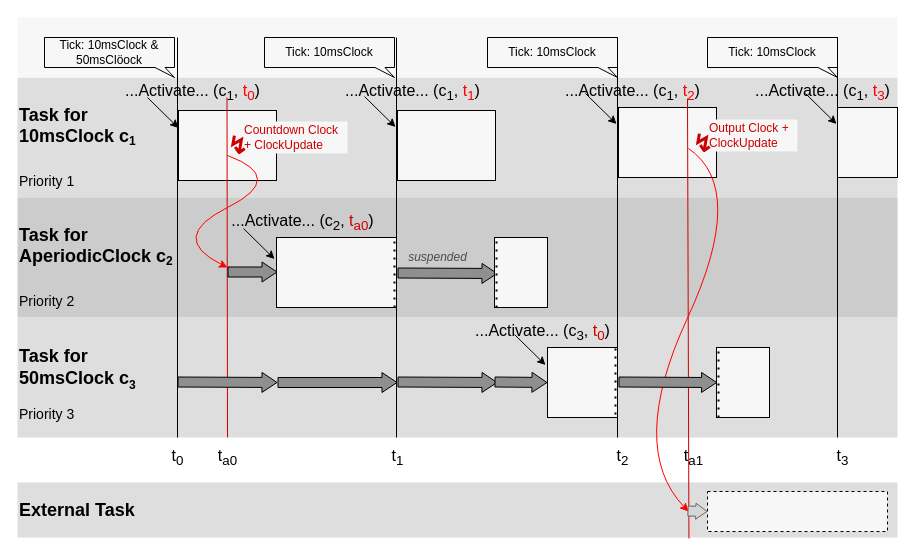
Earlier version of the draw.io diagram docs/images/se_example.drawio (modelica/fmi-standard). Source tidied: cells renumbered, new cells numbered last; positions are measured from the earlier drawing's top-left corner, leaving out a move shared by most shapes. Both pictures are drawn from the tidied source at 100%, with x=0, y=0 at pixel (17, 17).
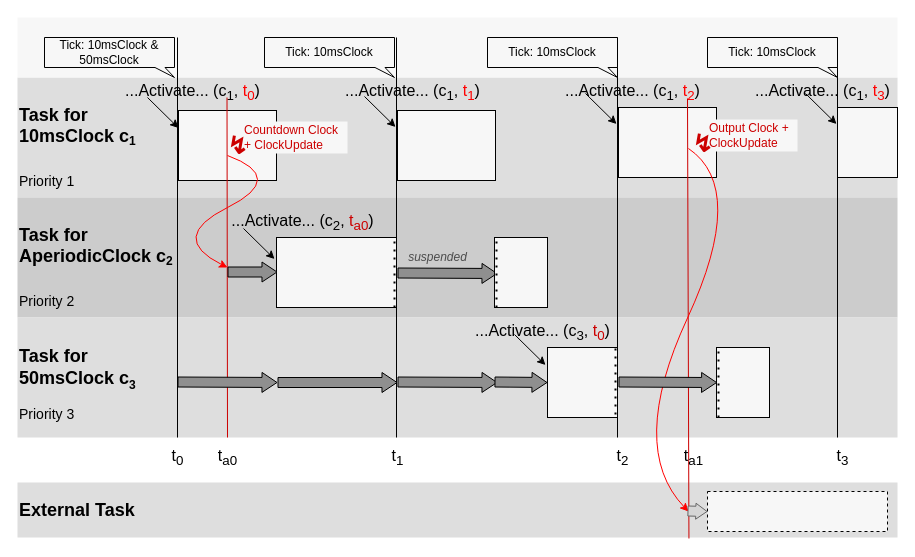
The same page after the edit.

Commit message (it also covers changes not shown here):
Clöock -> Clock

What changed in the source:
```diff
@@
-    <mxCell id="7" value="Tick: 10msClock &amp;amp;&lt;br&gt;50msClöock" style="shape=callout;whiteSpace=wrap;html=1;perimeter=calloutPerimeter;fillColor=#F7F7F7;rotation=0;size=10;position=0.85;position2=1;base=10;" parent="1" vertex="1">
+    <mxCell id="7" value="Tick: 10msClock &amp;amp;&lt;br&gt;50msClock" style="shape=callout;whiteSpace=wrap;html=1;perimeter=calloutPerimeter;fillColor=#F7F7F7;rotation=0;size=10;position=0.85;position2=1;base=10;" parent="1" vertex="1">
       <mxGeometry x="27" y="20" width="130" height="40" as="geometry" />
     </mxCell>
```
